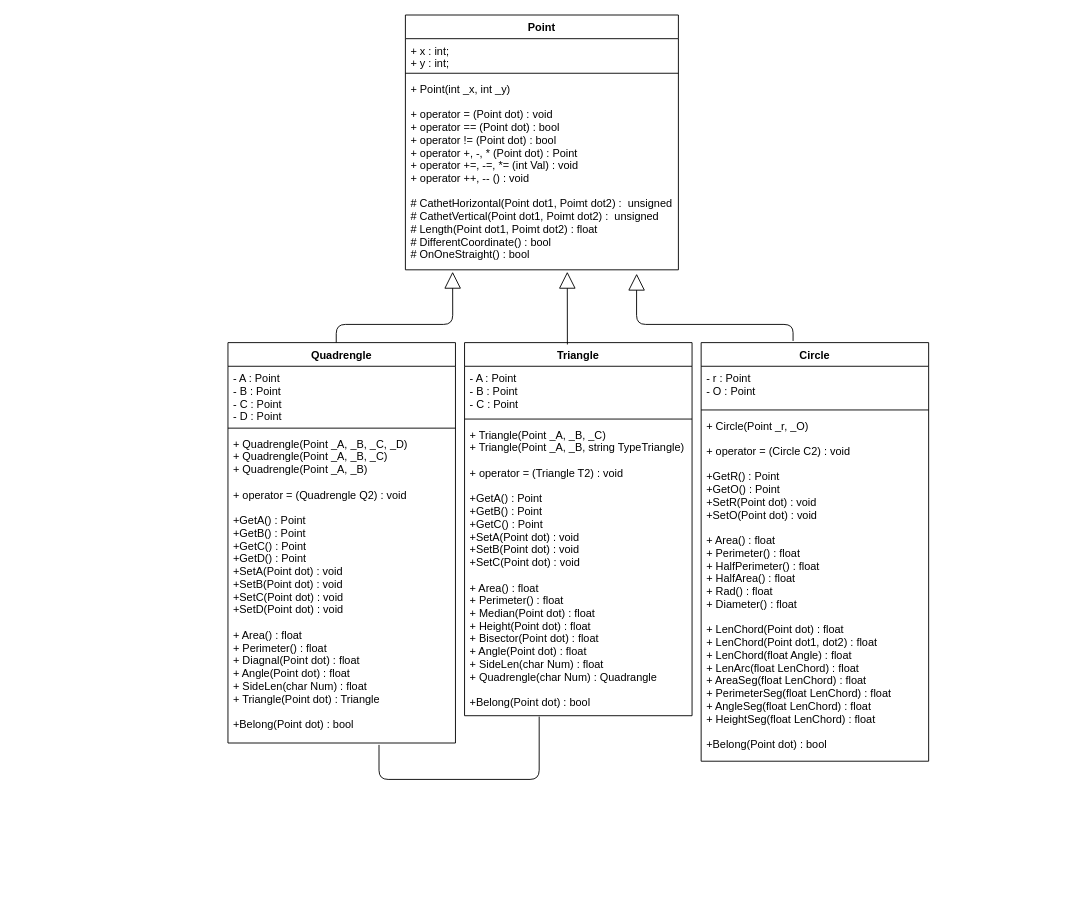
Earlier version of the draw.io diagram Shapes.drawio (MAXXXYMIRON/OOP_-thrid_task). Source tidied: cells renumbered, new cells numbered last; positions are measured from the earlier drawing's top-left corner, leaving out a move shared by most shapes. Both pictures are drawn from the tidied source at 91%, with x=0, y=0 at pixel (228, 15).
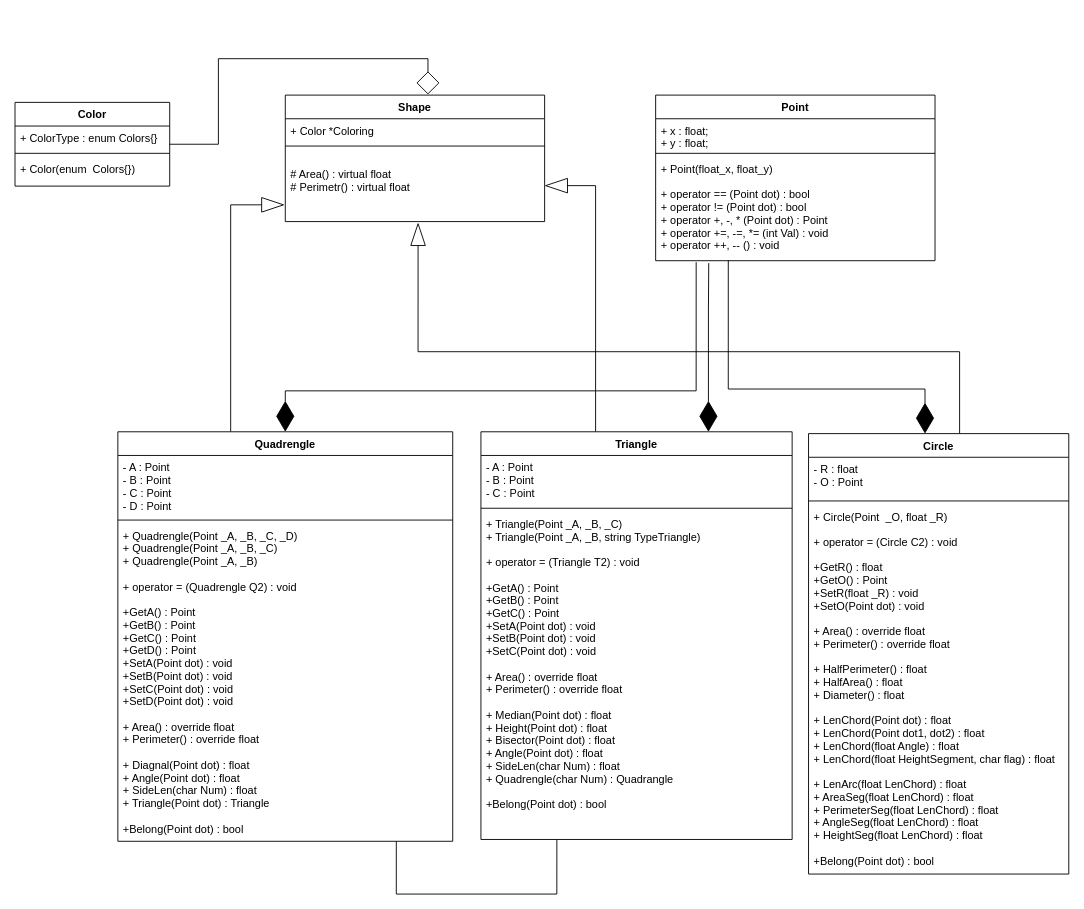
After the change.

The edit, as a diff of the source:
```diff
@@
     <mxCell id="2" value="Point" style="swimlane;fontStyle=1;align=center;verticalAlign=top;horizontal=1;startSize=26;" parent="1" vertex="1">
-      <mxGeometry x="195" width="300" height="280" as="geometry" />
+      <mxGeometry x="470" y="88" width="307" height="182" as="geometry" />
     </mxCell>
-    <mxCell id="3" value="+ x : int;&#10;+ y : int;" style="text;strokeColor=none;fillColor=none;align=left;verticalAlign=top;spacingLeft=4;spacingRight=4;overflow=hidden;" parent="2" vertex="1">
-      <mxGeometry y="26" width="300" height="34" as="geometry" />
+    <mxCell id="3" value="+ x : float;&#10;+ y : float;" style="text;strokeColor=none;fillColor=none;align=left;verticalAlign=top;spacingLeft=4;spacingRight=4;overflow=hidden;" parent="2" vertex="1">
+      <mxGeometry y="26" width="307" height="34" as="geometry" />
     </mxCell>
     <mxCell id="4" style="line;strokeWidth=1;fillColor=none;align=left;verticalAlign=middle;spacingTop=-1;spacingLeft=3;spacingRight=3;labelPosition=right;" parent="2" vertex="1">
-      <mxGeometry y="60" width="300" height="8" as="geometry" />
+      <mxGeometry y="60" width="307" height="8" as="geometry" />
     </mxCell>
-    <mxCell id="5" value="+ Point(int _x, int _y)&#10;&#10;+ operator = (Point dot) : void&#10;+ operator == (Point dot) : bool&#10;+ operator != (Point dot) : bool&#10;+ operator +, -, * (Point dot) : Point&#10;+ operator +=, -=, *= (int Val) : void&#10;+ operator ++, -- () : void&#10;&#10;# CathetHorizontal(Point dot1, Poimt dot2) :  unsigned&#10;# CathetVertical(Point dot1, Poimt dot2) :  unsigned&#10;# Length(Point dot1, Poimt dot2) : float&#10;# DifferentCoordinate() : bool&#10;# OnOneStraight() : bool" style="text;strokeColor=none;fillColor=none;align=left;verticalAlign=top;spacingLeft=4;spacingRight=4;overflow=hidden;points=[[0,0.5],[1,0.5]];portConstraint=eastwest;" parent="2" vertex="1">
-      <mxGeometry y="68" width="300" height="212" as="geometry" />
+    <mxCell id="5" value="+ Point(float_x, float_y)&#10;&#10;+ operator == (Point dot) : bool&#10;+ operator != (Point dot) : bool&#10;+ operator +, -, * (Point dot) : Point&#10;+ operator +=, -=, *= (int Val) : void&#10;+ operator ++, -- () : void&#10;&#10;" style="text;strokeColor=none;fillColor=none;align=left;verticalAlign=top;spacingLeft=4;spacingRight=4;overflow=hidden;points=[[0,0.5],[1,0.5]];portConstraint=eastwest;" parent="2" vertex="1">
+      <mxGeometry y="68" width="307" height="114" as="geometry" />
     </mxCell>
+    <mxCell id="18" style="edgeStyle=orthogonalEdgeStyle;rounded=0;jumpSize=12;jettySize=auto;html=1;entryX=0.145;entryY=1.014;entryDx=0;entryDy=0;entryPerimeter=0;startArrow=diamondThin;startFill=1;startSize=31;endArrow=none;endFill=0;endSize=11;strokeWidth=1;" parent="1" edge="1" source="6" target="5">
+      <mxGeometry relative="1" as="geometry">
+        <Array as="points">
+          <mxPoint x="63" y="413" />
+          <mxPoint x="514" y="413" />
+        </Array>
+      </mxGeometry>
+    </mxCell>
+    <mxCell id="24" style="edgeStyle=orthogonalEdgeStyle;rounded=0;jumpSize=12;jettySize=auto;html=1;startArrow=none;startFill=0;startSize=39;endArrow=blockThin;endFill=0;endSize=23;strokeWidth=1;entryX=-0.003;entryY=0.767;entryDx=0;entryDy=0;entryPerimeter=0;" parent="1" edge="1" source="6" target="35">
+      <mxGeometry relative="1" as="geometry">
+        <Array as="points">
+          <mxPoint x="3" y="208" />
+        </Array>
+      </mxGeometry>
+    </mxCell>
     <mxCell id="6" value="Quadrengle" style="swimlane;fontStyle=1;align=center;verticalAlign=top;horizontal=1;startSize=26;" parent="1" vertex="1">
-      <mxGeometry y="360" width="250" height="440" as="geometry" />
+      <mxGeometry x="-121" y="458" width="368" height="450" as="geometry" />
     </mxCell>
     <mxCell id="7" value="- A : Point&#10;- B : Point&#10;- C : Point&#10;- D : Point" style="text;strokeColor=none;fillColor=none;align=left;verticalAlign=top;spacingLeft=4;spacingRight=4;overflow=hidden;" parent="6" vertex="1">
-      <mxGeometry y="26" width="250" height="64" as="geometry" />
+      <mxGeometry y="26" width="368" height="67" as="geometry" />
     </mxCell>
     <mxCell id="8" style="line;strokeWidth=1;fillColor=none;align=left;verticalAlign=middle;spacingTop=-1;spacingLeft=3;spacingRight=3;labelPosition=right;" parent="6" vertex="1">
-      <mxGeometry y="90" width="250" height="8" as="geometry" />
+      <mxGeometry y="93" width="368" height="8" as="geometry" />
     </mxCell>
-    <mxCell id="9" value="+ Quadrengle(Point _A, _B, _C, _D)&#10;+ Quadrengle(Point _A, _B, _C)&#10;+ Quadrengle(Point _A, _B)&#10;&#10;+ operator = (Quadrengle Q2) : void&#10;&#10;+GetA() : Point&#10;+GetB() : Point&#10;+GetC() : Point&#10;+GetD() : Point&#10;+SetA(Point dot) : void&#10;+SetB(Point dot) : void&#10;+SetC(Point dot) : void&#10;+SetD(Point dot) : void&#10;&#10;+ Area() : float&#10;+ Perimeter() : float&#10;+ Diagnal(Point dot) : float&#10;+ Angle(Point dot) : float&#10;+ SideLen(char Num) : float&#10;+ Triangle(Point dot) : Triangle&#10;&#10;+Belong(Point dot) : bool&#10;" style="text;strokeColor=none;fillColor=none;align=left;verticalAlign=top;spacingLeft=4;spacingRight=4;overflow=hidden;points=[[0,0.5],[1,0.5]];portConstraint=eastwest;" parent="6" vertex="1">
-      <mxGeometry y="98" width="250" height="342" as="geometry" />
+    <mxCell id="9" value="+ Quadrengle(Point _A, _B, _C, _D)&#10;+ Quadrengle(Point _A, _B, _C)&#10;+ Quadrengle(Point _A, _B)&#10;&#10;+ operator = (Quadrengle Q2) : void&#10;&#10;+GetA() : Point&#10;+GetB() : Point&#10;+GetC() : Point&#10;+GetD() : Point&#10;+SetA(Point dot) : void&#10;+SetB(Point dot) : void&#10;+SetC(Point dot) : void&#10;+SetD(Point dot) : void&#10;&#10;+ Area() : override float&#10;+ Perimeter() : override float&#10;&#10;+ Diagnal(Point dot) : float&#10;+ Angle(Point dot) : float&#10;+ SideLen(char Num) : float&#10;+ Triangle(Point dot) : Triangle&#10;&#10;+Belong(Point dot) : bool&#10;" style="text;strokeColor=none;fillColor=none;align=left;verticalAlign=top;spacingLeft=4;spacingRight=4;overflow=hidden;points=[[0,0.5],[1,0.5]];portConstraint=eastwest;" parent="6" vertex="1">
+      <mxGeometry y="101" width="368" height="349" as="geometry" />
     </mxCell>
+    <mxCell id="19" style="edgeStyle=orthogonalEdgeStyle;rounded=0;jumpSize=12;jettySize=auto;html=1;entryX=0.19;entryY=1.023;entryDx=0;entryDy=0;entryPerimeter=0;startArrow=diamondThin;startFill=1;startSize=31;endArrow=none;endFill=0;endSize=11;strokeWidth=1;" parent="1" edge="1" source="10" target="5">
+      <mxGeometry relative="1" as="geometry">
+        <Array as="points">
+          <mxPoint x="528" y="323" />
+          <mxPoint x="528" y="323" />
+        </Array>
+      </mxGeometry>
+    </mxCell>
+    <mxCell id="25" style="edgeStyle=orthogonalEdgeStyle;rounded=0;jumpSize=12;jettySize=auto;html=1;entryX=1;entryY=0.5;entryDx=0;entryDy=0;startArrow=none;startFill=0;startSize=39;endArrow=blockThin;endFill=0;endSize=23;strokeWidth=1;" parent="1" edge="1" source="10" target="35">
+      <mxGeometry relative="1" as="geometry">
+        <Array as="points">
+          <mxPoint x="404" y="188" />
+        </Array>
+      </mxGeometry>
+    </mxCell>
     <mxCell id="10" value="Triangle" style="swimlane;fontStyle=1;align=center;verticalAlign=top;horizontal=1;startSize=26;" parent="1" vertex="1">
-      <mxGeometry x="260" y="360" width="250" height="410" as="geometry" />
+      <mxGeometry x="278" y="458" width="342" height="448" as="geometry" />
     </mxCell>
     <mxCell id="11" value="- A : Point&#10;- B : Point&#10;- C : Point" style="text;strokeColor=none;fillColor=none;align=left;verticalAlign=top;spacingLeft=4;spacingRight=4;overflow=hidden;" parent="10" vertex="1">
-      <mxGeometry y="26" width="250" height="54" as="geometry" />
+      <mxGeometry y="26" width="342" height="54" as="geometry" />
     </mxCell>
     <mxCell id="12" style="line;strokeWidth=1;fillColor=none;align=left;verticalAlign=middle;spacingTop=-1;spacingLeft=3;spacingRight=3;labelPosition=right;" parent="10" vertex="1">
-      <mxGeometry y="80" width="250" height="8" as="geometry" />
+      <mxGeometry y="80" width="342" height="8" as="geometry" />
     </mxCell>
-    <mxCell id="13" value="+ Triangle(Point _A, _B, _C)&#10;+ Triangle(Point _A, _B, string TypeTriangle)&#10;&#10;+ operator = (Triangle T2) : void&#10;&#10;+GetA() : Point&#10;+GetB() : Point&#10;+GetC() : Point&#10;+SetA(Point dot) : void&#10;+SetB(Point dot) : void&#10;+SetC(Point dot) : void&#10;&#10;+ Area() : float&#10;+ Perimeter() : float&#10;+ Median(Point dot) : float&#10;+ Height(Point dot) : float&#10;+ Bisector(Point dot) : float&#10;+ Angle(Point dot) : float&#10;+ SideLen(char Num) : float&#10;+ Quadrengle(char Num) : Quadrangle&#10;&#10;+Belong(Point dot) : bool" style="text;strokeColor=none;fillColor=none;align=left;verticalAlign=top;spacingLeft=4;spacingRight=4;overflow=hidden;points=[[0,0.5],[1,0.5]];portConstraint=eastwest;" parent="10" vertex="1">
-      <mxGeometry y="88" width="250" height="322" as="geometry" />
+    <mxCell id="13" value="+ Triangle(Point _A, _B, _C)&#10;+ Triangle(Point _A, _B, string TypeTriangle)&#10;&#10;+ operator = (Triangle T2) : void&#10;&#10;+GetA() : Point&#10;+GetB() : Point&#10;+GetC() : Point&#10;+SetA(Point dot) : void&#10;+SetB(Point dot) : void&#10;+SetC(Point dot) : void&#10;&#10;+ Area() : override float&#10;+ Perimeter() : override float&#10;&#10;+ Median(Point dot) : float&#10;+ Height(Point dot) : float&#10;+ Bisector(Point dot) : float&#10;+ Angle(Point dot) : float&#10;+ SideLen(char Num) : float&#10;+ Quadrengle(char Num) : Quadrangle&#10;&#10;+Belong(Point dot) : bool" style="text;strokeColor=none;fillColor=none;align=left;verticalAlign=top;spacingLeft=4;spacingRight=4;overflow=hidden;points=[[0,0.5],[1,0.5]];portConstraint=eastwest;" parent="10" vertex="1">
+      <mxGeometry y="88" width="342" height="360" as="geometry" />
     </mxCell>
+    <mxCell id="20" style="edgeStyle=orthogonalEdgeStyle;rounded=0;jumpSize=12;jettySize=auto;html=1;entryX=0.26;entryY=0.995;entryDx=0;entryDy=0;entryPerimeter=0;startArrow=diamondThin;startFill=1;startSize=31;endArrow=none;endFill=0;endSize=11;strokeWidth=1;" parent="1" edge="1" source="14" target="5">
+      <mxGeometry relative="1" as="geometry">
+        <Array as="points">
+          <mxPoint x="766" y="411" />
+          <mxPoint x="549" y="411" />
+        </Array>
+      </mxGeometry>
+    </mxCell>
+    <mxCell id="26" style="edgeStyle=orthogonalEdgeStyle;rounded=0;jumpSize=12;jettySize=auto;html=1;entryX=0.512;entryY=1.015;entryDx=0;entryDy=0;entryPerimeter=0;startArrow=none;startFill=0;startSize=39;endArrow=blockThin;endFill=0;endSize=23;strokeWidth=1;" parent="1" edge="1" source="14" target="35">
+      <mxGeometry relative="1" as="geometry">
+        <Array as="points">
+          <mxPoint x="804" y="370" />
+          <mxPoint x="209" y="370" />
+        </Array>
+      </mxGeometry>
+    </mxCell>
     <mxCell id="14" value="Circle" style="swimlane;fontStyle=1;align=center;verticalAlign=top;horizontal=1;startSize=26;" parent="1" vertex="1">
-      <mxGeometry x="520" y="360" width="250" height="460" as="geometry" />
+      <mxGeometry x="638" y="460" width="286" height="484" as="geometry" />
     </mxCell>
-    <mxCell id="15" value="- r : Point&#10;- O : Point" style="text;strokeColor=none;fillColor=none;align=left;verticalAlign=top;spacingLeft=4;spacingRight=4;overflow=hidden;" parent="14" vertex="1">
-      <mxGeometry y="26" width="250" height="44" as="geometry" />
+    <mxCell id="15" value="- R : float&#10;- O : Point" style="text;strokeColor=none;fillColor=none;align=left;verticalAlign=top;spacingLeft=4;spacingRight=4;overflow=hidden;" parent="14" vertex="1">
+      <mxGeometry y="26" width="286" height="44" as="geometry" />
     </mxCell>
     <mxCell id="16" style="line;strokeWidth=1;fillColor=none;align=left;verticalAlign=middle;spacingTop=-1;spacingLeft=3;spacingRight=3;labelPosition=right;" parent="14" vertex="1">
-      <mxGeometry y="70" width="250" height="8" as="geometry" />
+      <mxGeometry y="70" width="286" height="8" as="geometry" />
     </mxCell>
-    <mxCell id="17" value="+ Circle(Point _r, _O)&#10;&#10;+ operator = (Circle C2) : void&#10;&#10;+GetR() : Point&#10;+GetO() : Point&#10;+SetR(Point dot) : void&#10;+SetO(Point dot) : void&#10;&#10;+ Area() : float&#10;+ Perimeter() : float&#10;+ HalfPerimeter() : float&#10;+ HalfArea() : float&#10;+ Rad() : float&#10;+ Diameter() : float&#10;&#10;+ LenChord(Point dot) : float&#10;+ LenChord(Point dot1, dot2) : float&#10;+ LenChord(float Angle) : float&#10;+ LenArc(float LenChord) : float&#10;+ AreaSeg(float LenChord) : float&#10;+ PerimeterSeg(float LenChord) : float&#10;+ AngleSeg(float LenChord) : float&#10;+ HeightSeg(float LenChord) : float&#10;&#10;+Belong(Point dot) : bool&#10;&#10;" style="text;strokeColor=none;fillColor=none;align=left;verticalAlign=top;spacingLeft=4;spacingRight=4;overflow=hidden;" parent="14" vertex="1">
-      <mxGeometry y="78" width="250" height="382" as="geometry" />
+    <mxCell id="17" value="+ Circle(Point  _O, float _R)&#10;&#10;+ operator = (Circle C2) : void&#10;&#10;+GetR() : float&#10;+GetO() : Point&#10;+SetR(float _R) : void&#10;+SetO(Point dot) : void&#10;&#10;+ Area() : override float&#10;+ Perimeter() : override float&#10;&#10;+ HalfPerimeter() : float&#10;+ HalfArea() : float&#10;+ Diameter() : float&#10;&#10;+ LenChord(Point dot) : float&#10;+ LenChord(Point dot1, dot2) : float&#10;+ LenChord(float Angle) : float&#10;+ LenChord(float HeightSegment, char flag) : float&#10;&#10;+ LenArc(float LenChord) : float&#10;+ AreaSeg(float LenChord) : float&#10;+ PerimeterSeg(float LenChord) : float&#10;+ AngleSeg(float LenChord) : float&#10;+ HeightSeg(float LenChord) : float&#10;&#10;+Belong(Point dot) : bool&#10;&#10;" style="text;strokeColor=none;fillColor=none;align=left;verticalAlign=top;spacingLeft=4;spacingRight=4;overflow=hidden;" parent="14" vertex="1">
+      <mxGeometry y="78" width="286" height="406" as="geometry" />
     </mxCell>
-    <mxCell id="18" style="endArrow=block;endSize=16;endFill=0;html=1;exitX=0.476;exitY=0;exitDx=0;exitDy=0;exitPerimeter=0;entryX=0.173;entryY=1.01;entryDx=0;entryDy=0;entryPerimeter=0;" parent="1" edge="1" source="6" target="5">
-      <mxGeometry relative="1" as="geometry">
-        <Array as="points">
-          <mxPoint x="119" y="340" />
-          <mxPoint x="247" y="340" />
-        </Array>
-      </mxGeometry>
-    </mxCell>
-    <mxCell id="19" style="endArrow=block;endSize=16;endFill=0;html=1;exitX=0.452;exitY=0.005;exitDx=0;exitDy=0;exitPerimeter=0;entryX=0.593;entryY=1.01;entryDx=0;entryDy=0;entryPerimeter=0;" parent="1" edge="1" source="10" target="5">
-      <mxGeometry relative="1" as="geometry" />
-    </mxCell>
-    <mxCell id="20" style="endArrow=block;endSize=16;endFill=0;html=1;exitX=0.404;exitY=-0.004;exitDx=0;exitDy=0;exitPerimeter=0;entryX=0.847;entryY=1.02;entryDx=0;entryDy=0;entryPerimeter=0;" parent="1" edge="1" source="14" target="5">
-      <mxGeometry x="0.75" y="-181" relative="1" as="geometry">
-        <Array as="points">
-          <mxPoint x="621" y="340" />
-          <mxPoint x="449" y="340" />
-        </Array>
-      </mxGeometry>
-    </mxCell>
+    <mxCell id="27" style="edgeStyle=orthogonalEdgeStyle;rounded=0;jumpSize=12;jettySize=auto;html=1;entryX=0.55;entryY=-0.005;entryDx=0;entryDy=0;entryPerimeter=0;startArrow=none;startFill=0;startSize=39;endArrow=diamond;endFill=0;endSize=23;strokeWidth=1;" parent="1" edge="1" source="28" target="32">
+      <mxGeometry relative="1" as="geometry" />
+    </mxCell>
+    <mxCell id="28" value="Color" style="swimlane;fontStyle=1;align=center;verticalAlign=top;horizontal=1;startSize=26;" parent="1" vertex="1">
+      <mxGeometry x="-234" y="96" width="170" height="92" as="geometry" />
+    </mxCell>
+    <mxCell id="29" value="+ ColorType : enum Colors{}" style="text;strokeColor=none;fillColor=none;align=left;verticalAlign=top;spacingLeft=4;spacingRight=4;overflow=hidden;" parent="28" vertex="1">
+      <mxGeometry y="26" width="170" height="26" as="geometry" />
+    </mxCell>
+    <mxCell id="30" style="line;strokeWidth=1;fillColor=none;align=left;verticalAlign=middle;spacingTop=-1;spacingLeft=3;spacingRight=3;labelPosition=right;" parent="28" vertex="1">
+      <mxGeometry y="52" width="170" height="8" as="geometry" />
+    </mxCell>
+    <mxCell id="31" value="+ Color(enum  Colors{})" style="text;strokeColor=none;fillColor=none;align=left;verticalAlign=top;spacingLeft=4;spacingRight=4;overflow=hidden;" parent="28" vertex="1">
+      <mxGeometry y="60" width="170" height="32" as="geometry" />
+    </mxCell>
+    <mxCell id="32" value="Shape" style="swimlane;fontStyle=1;align=center;verticalAlign=top;horizontal=1;startSize=26;" parent="1" vertex="1">
+      <mxGeometry x="63" y="88" width="285" height="139" as="geometry" />
+    </mxCell>
+    <mxCell id="33" value="+ Color *Coloring" style="text;strokeColor=none;fillColor=none;align=left;verticalAlign=top;spacingLeft=4;spacingRight=4;overflow=hidden;" parent="32" vertex="1">
+      <mxGeometry y="26" width="285" height="26" as="geometry" />
+    </mxCell>
+    <mxCell id="34" style="line;strokeWidth=1;fillColor=none;align=left;verticalAlign=middle;spacingTop=-1;spacingLeft=3;spacingRight=3;labelPosition=right;" parent="32" vertex="1">
+      <mxGeometry y="52" width="285" height="8" as="geometry" />
+    </mxCell>
+    <mxCell id="35" value="&#10;# Area() : virtual float&#10;# Perimetr() : virtual float" style="text;strokeColor=none;fillColor=none;align=left;verticalAlign=top;spacingLeft=4;spacingRight=4;overflow=hidden;points=[[0,0.5],[1,0.5]];portConstraint=eastwest;" parent="32" vertex="1">
+      <mxGeometry y="60" width="285" height="79" as="geometry" />
+    </mxCell>
-    <mxCell id="21" style="endArrow=none;html=1;edgeStyle=orthogonalEdgeStyle;exitX=0.664;exitY=1.006;exitDx=0;exitDy=0;exitPerimeter=0;entryX=0.328;entryY=1.003;entryDx=0;entryDy=0;entryPerimeter=0;" parent="1" edge="1" source="9" target="13">
+    <mxCell id="21" style="edgeStyle=orthogonalEdgeStyle;rounded=0;jumpSize=12;jettySize=auto;html=1;entryX=0.244;entryY=1.001;entryDx=0;entryDy=0;entryPerimeter=0;startArrow=none;startFill=0;startSize=31;endArrow=none;endFill=0;endSize=11;strokeWidth=1;" parent="1" edge="1" source="9" target="13">
       <mxGeometry relative="1" as="geometry">
         <Array as="points">
-          <mxPoint x="166" y="840" />
-          <mxPoint x="342" y="840" />
+          <mxPoint x="185" y="966" />
+          <mxPoint x="361" y="966" />
         </Array>
       </mxGeometry>
     </mxCell>
-    <mxCell id="22" style="html=1;align=left;verticalAlign=bottom;labelBackgroundColor=#ffffff;fontSize=10;" parent="21" vertex="1">
-      <mxGeometry x="-1" relative="1" as="geometry" />
-    </mxCell>
-    <mxCell id="23" style="html=1;align=right;verticalAlign=bottom;labelBackgroundColor=#ffffff;fontSize=10;" parent="21" vertex="1">
-      <mxGeometry x="1" relative="1" as="geometry" />
-    </mxCell>
```
